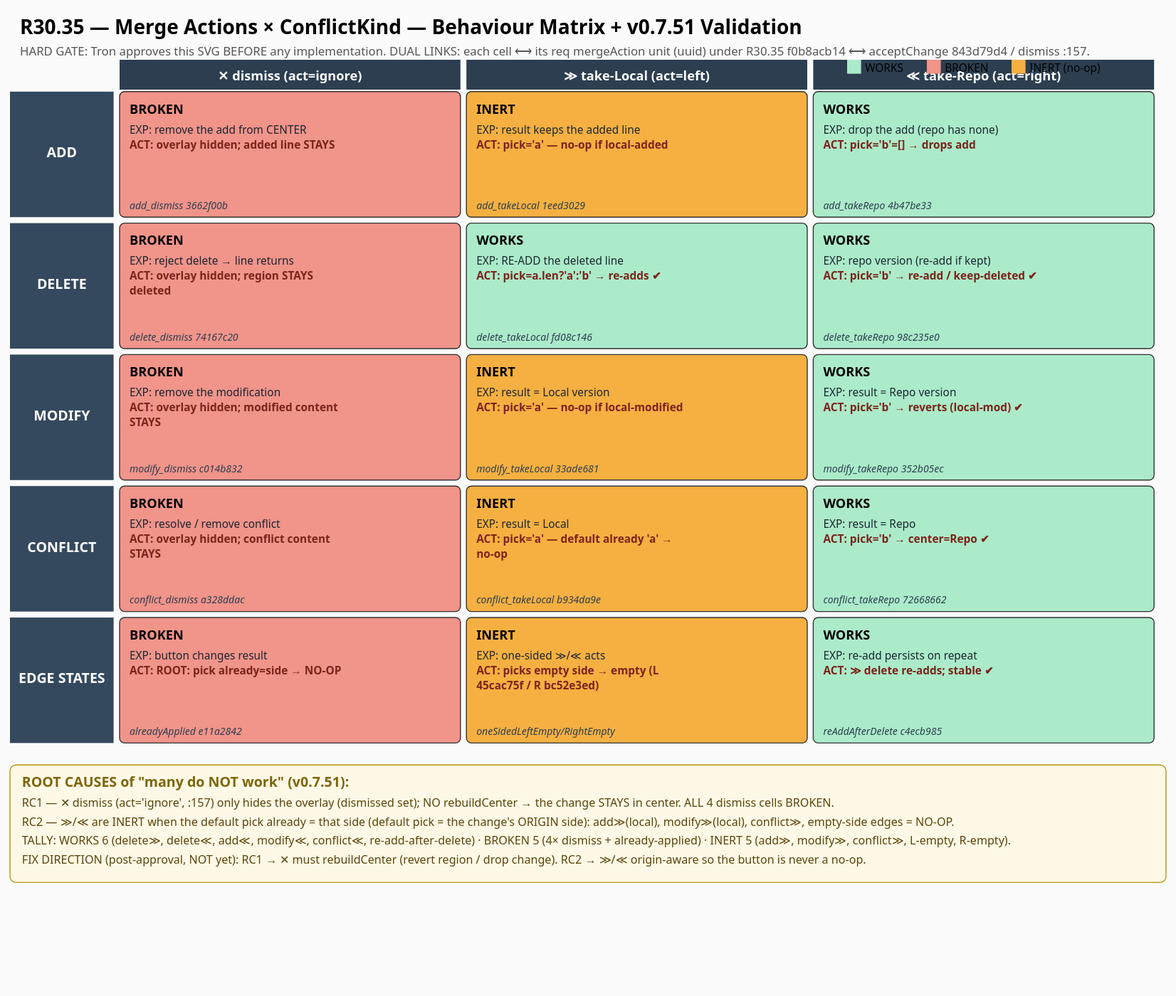
This is scrum.pmo/sprints/sprint-30-traceability-improvement/diagrams/R30.35-merge-actions-matrix.svg from web4x/Web4RawBin, a PlantUML export, as it was before one commit. Its source is kept beside it as scrum.pmo/sprints/sprint-30-traceability-improvement/diagrams/R30.35-merge-actions-matrix.puml. Its diagram source:
```plantuml
@startuml R30.35-merge-actions-matrix
title R30.35 — Merge Actions x ConflictKind — Behaviour Matrix + v0.7.51 Validation (HARD GATE: Tron approves before ANY impl)

skinparam rectangle {
  BorderColor #333
  FontSize 11
}
skinparam packageStyle rectangle

legend top
  DUAL LINKS (bidirectional): each cell node ⟷ its req-minted mergeAction scenario unit (uuid shown in node)
  and ⟷ the impl that realises it (acceptChange 843d79d4 / dismissed-set / computeMergedCenter kind-derive a0b30550).
  Scenario unit.diagramRef ⟷ this .puml (req/planner wire the reverse edge).
  GREEN = works as expected · RED = BROKEN · ORANGE = INERT (no-op: result already = that side → button does nothing visible)
endlegend

package "USE CASES (parent, R30.35 req 96634144)" #EEE {
  usecase "merge.kindColoring\n[9c41a415]" as UCK
  usecase "merge.blockActions\n[d7493e80]" as UCB
}

package "IMPL (v0.7.51 — already built)" #EEE {
  rectangle "computeMergedCenter.kind-derive\n[a0b30550] :272\no==0→add / ab==0→delete / both→modify / stable:false→conflict" as KIND
  rectangle "acceptChange(id,side)\n[843d79d4] :526-535\ndelete+≫: pick=a.len?'a':'b' (re-add)\nelse pick=side==left?'a':'b'\n→ rebuildCenter (mutates center)" as ACC
  rectangle "≡ dismiss / ✕ (act='ignore') :157\ndismissed.add(id) + re-render overlays\n★ NO rebuildCenter → CENTER UNCHANGED" as DIS #FADBD8
}

package "ADD (green #3a8a5a)" #EAF7EF {
  rectangle "add ≫ take-Local\n[1eed3029]\nEXP: result keeps the added line\nACT: pick='a' — inert if local-added (already there)\nWORKS only if repo-added (drops it)" as A_TL #F5B041
  rectangle "add ≪ take-Repo\n[4b47be33]\nEXP: result drops the add (repo has none)\nACT: pick='b'=[] → drops add (local-added)\ninert if repo-added" as A_TR #ABEBC9
  rectangle "add ✕ dismiss\n[3662f00b]\nEXP: remove the add from CENTER\nACT: overlay hidden; added line STAYS in center" as A_X #F1948A
}
package "DELETE (red #b83a3a)" #FDEDEC {
  rectangle "delete ≫ take-Local\n[fd08c146]\nEXP: RE-ADD the deleted line\nACT: pick=a.len?'a':'b' → re-adds ✔" as D_TL #ABEBC9
  rectangle "delete ≪ take-Repo\n[98c235e0]\nEXP: repo's version (re-add if repo kept it)\nACT: pick='b' → re-add(local-del)/keep-deleted(repo-del) ✔" as D_TR #ABEBC9
  rectangle "delete ✕ dismiss\n[74167c20]\nEXP: reject delete → line returns / block gone from center\nACT: overlay hidden; region STAYS deleted" as D_X #F1948A
}
package "MODIFY (blue #3a6ea5)" #EBF0F8 {
  rectangle "modify ≫ take-Local\n[33ade681]\nEXP: result = Local's version\nACT: pick='a' — inert if local-modified (already)\nWORKS (reverts) if repo-modified" as M_TL #F5B041
  rectangle "modify ≪ take-Repo\n[352b05ec]\nEXP: result = Repo's version\nACT: pick='b' → reverts(local-mod)/inert(repo-mod)" as M_TR #ABEBC9
  rectangle "modify ✕ dismiss\n[c014b832]\nEXP: remove the modification from center\nACT: overlay hidden; modified content STAYS" as M_X #F1948A
}
package "CONFLICT (brown #a5603a)" #FBF3EA {
  rectangle "conflict ≫ take-Local\n[b934da9e]\nEXP: result = Local\nACT: pick='a' — INERT (default already 'a')" as C_TL #F5B041
  rectangle "conflict ≪ take-Repo\n[72668662]\nEXP: result = Repo\nACT: pick='b' → center=Repo ✔" as C_TR #ABEBC9
  rectangle "conflict ✕ dismiss\n[a328ddac]\nEXP: resolve/remove conflict from center\nACT: overlay hidden; conflict content STAYS" as C_X #F1948A
}
package "EDGE STATES" #F4F6F7 {
  rectangle "oneSided LEFT-empty (a=[])\n[45cac75f]\n≫ picks 'a'=[] → empty; origin-asymmetry" as E_LE #F5B041
  rectangle "oneSided RIGHT-empty (b=[])\n[bc52e3ed]\n≪ picks 'b'=[] → empty; origin-asymmetry" as E_RE #F5B041
  rectangle "re-add after delete\n[c4ecb985]\n≫ on delete re-adds; stable on repeat ✔" as E_RA #ABEBC9
  rectangle "already-applied (pick==side)\n[e11a2842]\n★ ROOT: button is a NO-OP when result already = that side" as E_AA #F1948A
}

UCK <--> KIND
UCB <--> ACC
UCB <--> DIS
A_TL <--> ACC
A_TR <--> ACC
D_TL <--> ACC
D_TR <--> ACC
M_TL <--> ACC
M_TR <--> ACC
C_TL <--> ACC
C_TR <--> ACC
E_RA <--> ACC
A_X <--> DIS
D_X <--> DIS
M_X <--> DIS
C_X <--> DIS
E_AA <--> ACC
E_LE <--> ACC
E_RE <--> ACC
KIND <--> ACC

note bottom
  ROOT CAUSES of "many do NOT work" (v0.7.51):
  RC1 — ✕ dismiss (act='ignore', :157) only hides the overlay (dismissed set); NO rebuildCenter →
        the change STAYS in center. ALL 4 dismiss cells BROKEN (add/delete/modify/conflict ✕).
  RC2 — ≫/≪ are INERT when the default pick already = that side (default pick = the change's ORIGIN side):
        add≫(local-add), modify≫(local-mod), conflict≫(default 'a'), left/right-empty edges → NO-OP.
  WORKS (6): delete≫, delete≪, add≪(local-add), modify≪(local-mod), conflict≪, re-add-after-delete.
  BROKEN/INERT (10): 4× ✕ dismiss + add≫ + modify≫ + conflict≫ + 2× oneSided edges + already-applied.
  HARD GATE: NO implementation until Tron approves this SVG. Fix design follows approval (RC1: ✕→rebuild/revert;
  RC2: make ≫/≪ origin-aware or force a distinct outcome so the button is never a no-op).
end note
@enduml
```
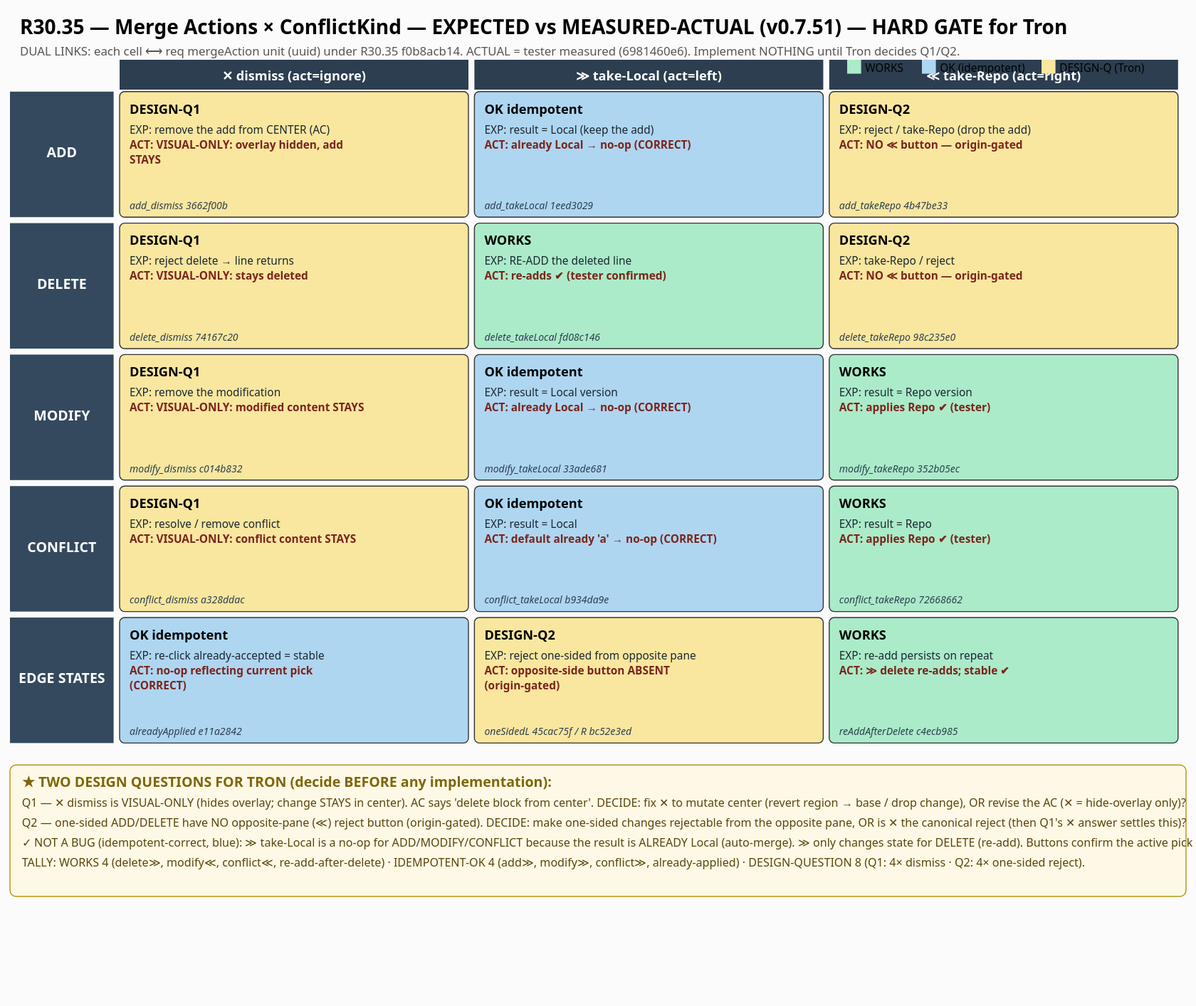
Above is the later version.

Change to the diagram source:
```diff
@@ -74,14 +74,15 @@
 KIND <--> ACC
 
 note bottom
-  ROOT CAUSES of "many do NOT work" (v0.7.51):
-  RC1 — ✕ dismiss (act='ignore', :157) only hides the overlay (dismissed set); NO rebuildCenter →
-        the change STAYS in center. ALL 4 dismiss cells BROKEN (add/delete/modify/conflict ✕).
-  RC2 — ≫/≪ are INERT when the default pick already = that side (default pick = the change's ORIGIN side):
-        add≫(local-add), modify≫(local-mod), conflict≫(default 'a'), left/right-empty edges → NO-OP.
-  WORKS (6): delete≫, delete≪, add≪(local-add), modify≪(local-mod), conflict≪, re-add-after-delete.
-  BROKEN/INERT (10): 4× ✕ dismiss + add≫ + modify≫ + conflict≫ + 2× oneSided edges + already-applied.
-  HARD GATE: NO implementation until Tron approves this SVG. Fix design follows approval (RC1: ✕→rebuild/revert;
-  RC2: make ≫/≪ origin-aware or force a distinct outcome so the button is never a no-op).
+  EXPECTED (16 UCs f0b8acb14) vs MEASURED-ACTUAL (tester 6981460e6). WORKS / IDEMPOTENT-OK / DESIGN-QUESTION.
+  ★ TWO DESIGN QUESTIONS FOR TRON (decide BEFORE any impl):
+  Q1 — ✕ dismiss is VISUAL-ONLY (:157 hides overlay; change STAYS in center). AC says 'delete block from center'.
+       DECIDE: fix ✕ to mutate center (revert region→base / drop change) OR revise the AC (✕ = hide-overlay)?  [4 cells]
+  Q2 — one-sided ADD/DELETE have NO opposite-pane (≪) reject button (origin-gated). DECIDE: make one-sided
+       changes rejectable from the opposite pane, OR is ✕ the canonical reject (then Q1 settles it)?  [4 cells]
+  ✓ NOT A BUG (idempotent-correct): ≫ take-Local is a no-op for ADD/MODIFY/CONFLICT because the result is ALREADY
+       Local (auto-merge); ≫ only changes state for DELETE (re-add). Buttons confirm the active pick — by design.
+  TALLY: WORKS 4 (delete≫, modify≪, conflict≪, re-add) · IDEMPOTENT-OK 4 (add≫, modify≫, conflict≫, already-applied)
+       · DESIGN-QUESTION 8 (Q1×4 dismiss, Q2×4 one-sided reject). HARD GATE: implement NOTHING until Tron decides.
 end note
 @enduml
```
